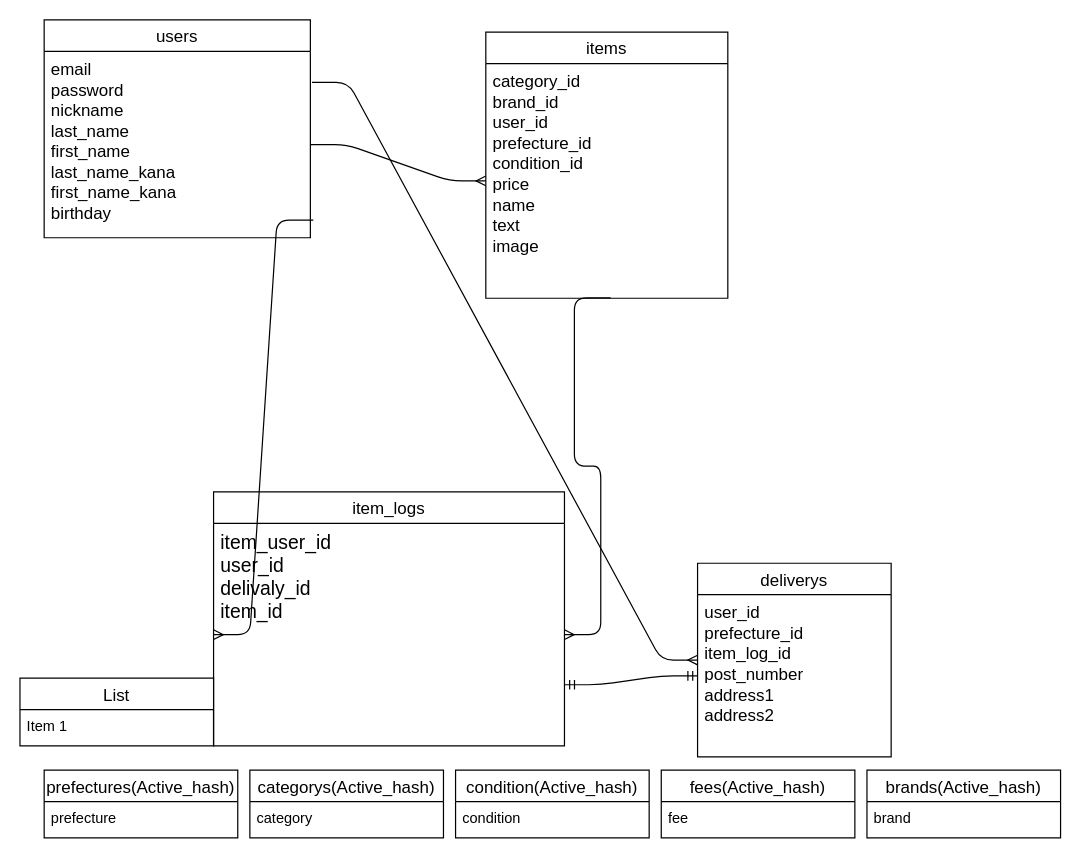
Before: ER.dio in tastako307/furima-31756, a draw.io diagram. Source tidied: cells renumbered, new cells numbered last; positions are measured from the earlier drawing's top-left corner, leaving out a move shared by most shapes. Both pictures are drawn from the tidied source at 121%, with x=0, y=0 at pixel (19, 19).
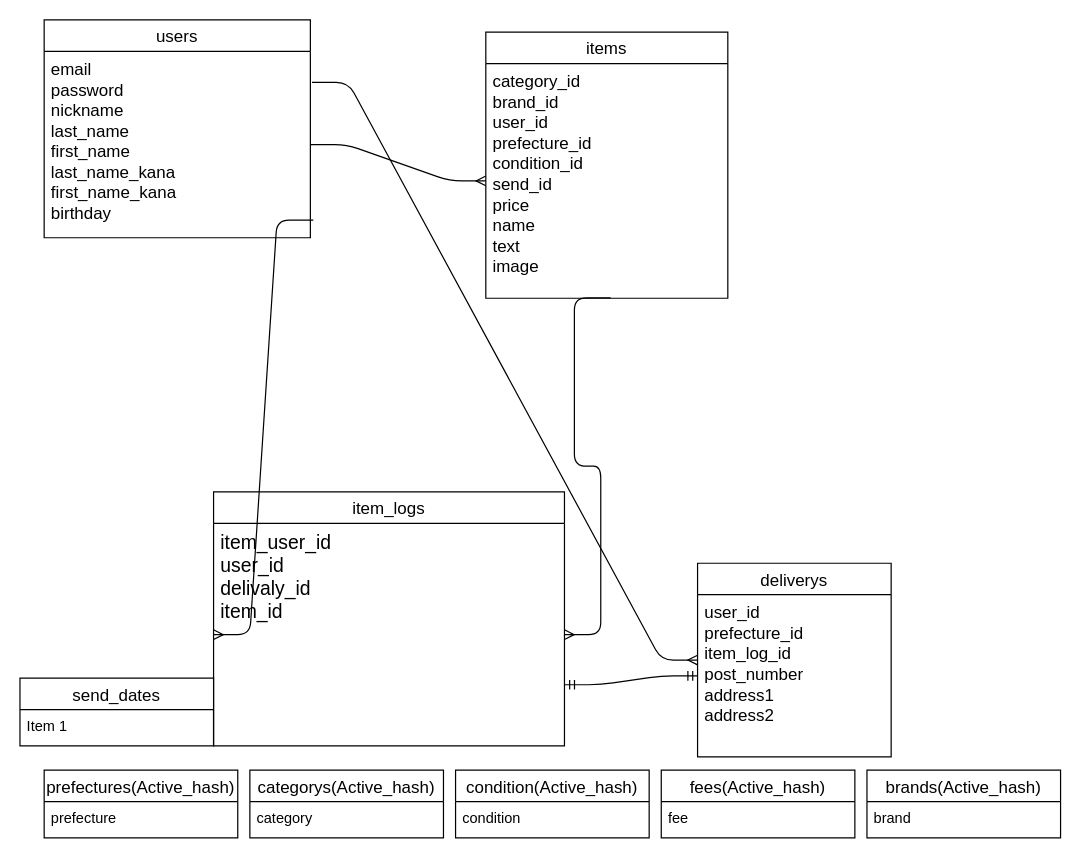
The same diagram, later.

The change refers to these unchanged cells:
```xml
<mxCell id="22" value="items" style="swimlane;fontStyle=0;horizontal=1;startSize=26;align=center;fontSize=14;" parent="1" vertex="1">
  <mxGeometry x="385" y="10" width="200" height="220" as="geometry" />
</mxCell>
```

Diff of the diagram source:
```diff
@@
-    <mxCell id="23" value="category_id&#10;brand_id&#10;user_id&#10;prefecture_id&#10;condition_id&#10;price&#10;name&#10;text&#10;image" style="text;strokeColor=none;fillColor=none;spacingLeft=4;spacingRight=4;overflow=hidden;points=[[0,0.5],[1,0.5]];portConstraint=eastwest;fontSize=14;" parent="22" vertex="1">
+    <mxCell id="23" value="category_id&#10;brand_id&#10;user_id&#10;prefecture_id&#10;condition_id&#10;send_id&#10;price&#10;name&#10;text&#10;image" style="text;strokeColor=none;fillColor=none;spacingLeft=4;spacingRight=4;overflow=hidden;points=[[0,0.5],[1,0.5]];portConstraint=eastwest;fontSize=14;" parent="22" vertex="1">
       <mxGeometry y="26" width="200" height="194" as="geometry" />
     </mxCell>
@@
-    <mxCell id="25" value="List" style="swimlane;fontStyle=0;horizontal=1;startSize=26;align=center;fontSize=14;" parent="1" vertex="1">
+    <mxCell id="25" value="send_dates" style="swimlane;fontStyle=0;horizontal=1;startSize=26;align=center;fontSize=14;" parent="1" vertex="1">
       <mxGeometry y="544" width="160" height="56" as="geometry" />
     </mxCell>
```
